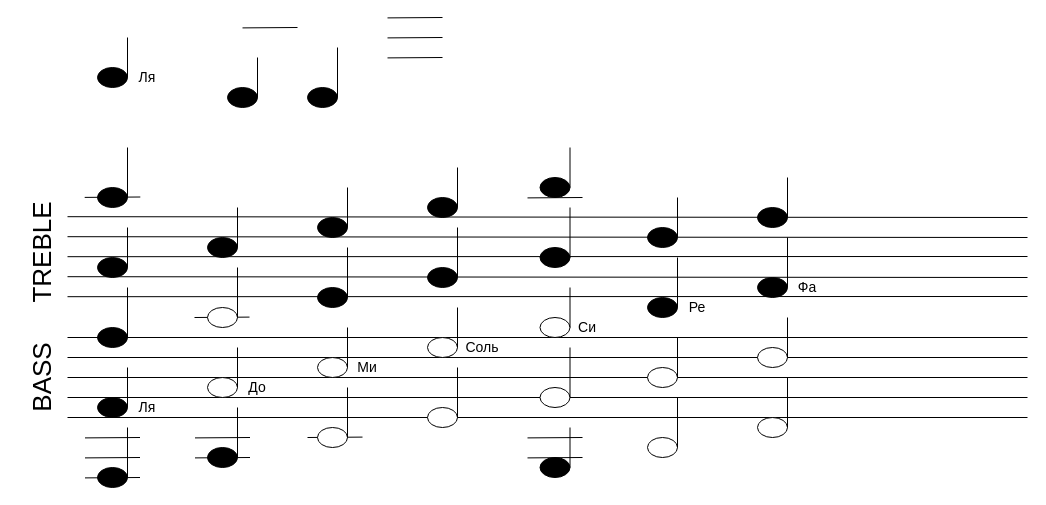
ValentinAmazing/draw keeps this draw.io diagram as test.drawio. Above is the earlier version. Source tidied: cells renumbered, new cells numbered last; positions are measured from the earlier drawing's top-left corner, leaving out a move shared by most shapes. Both pictures are drawn from the tidied source at 100%, with x=0, y=0 at pixel (-3, 17).
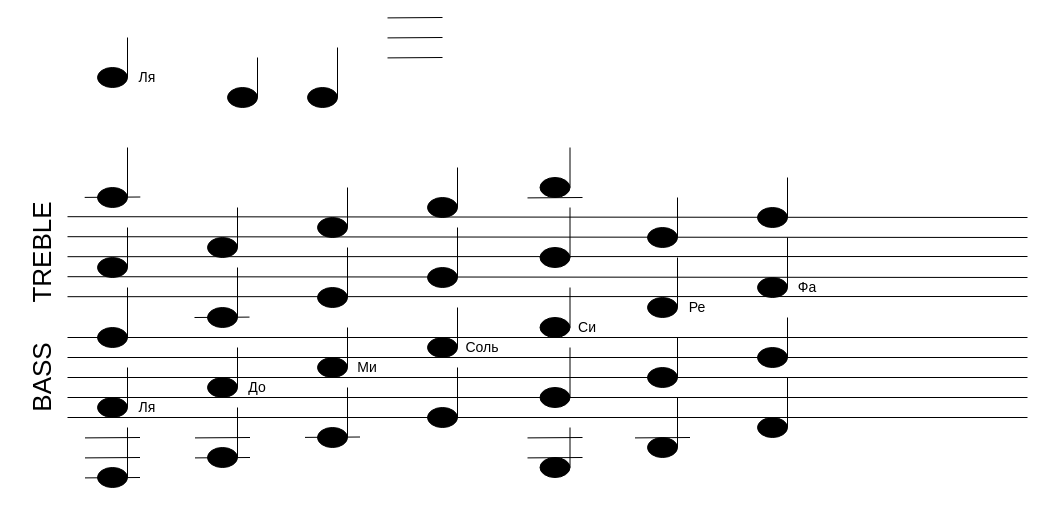
The same page after the edit.

The change refers to these unchanged cells:
```xml
<mxCell id="18" style="group;" parent="17" vertex="1">
  <mxGeometry width="30" height="70" as="geometry" />
</mxCell>
<mxCell id="23" style="group;" parent="22" vertex="1">
  <mxGeometry width="30" height="70" as="geometry" />
</mxCell>
<mxCell id="28" style="group;" parent="27" vertex="1">
  <mxGeometry width="30" height="70" as="geometry" />
</mxCell>
<mxCell id="32" style="group;" parent="31" vertex="1">
  <mxGeometry width="30" height="70" as="geometry" />
</mxCell>
<mxCell id="38" style="group;" parent="37" vertex="1">
  <mxGeometry width="30" height="70" as="geometry" />
</mxCell>
<mxCell id="42" style="group;" parent="41" vertex="1">
  <mxGeometry width="30" height="70" as="geometry" />
</mxCell>
<mxCell id="47" style="group;" parent="46" vertex="1">
  <mxGeometry x="6" width="30" height="70" as="geometry" />
</mxCell>
<mxCell id="51" style="group;" parent="50" vertex="1">
  <mxGeometry x="6" width="30" height="70" as="geometry" />
</mxCell>
<mxCell id="119" style="group;" parent="1" vertex="1">
  <mxGeometry x="650" y="300" width="30" height="70" as="geometry" />
</mxCell>
<mxCell id="122" style="group;" parent="1" vertex="1">
  <mxGeometry x="650" y="370" width="30" height="70" as="geometry" />
</mxCell>
<mxCell id="131" style="group;" parent="1" vertex="1">
  <mxGeometry x="760" y="280" width="30" height="70" as="geometry" />
</mxCell>
<mxCell id="134" style="group;" parent="1" vertex="1">
  <mxGeometry x="760" y="350" width="30" height="70" as="geometry" />
</mxCell>
```

The edit, as a diff of the source:
```diff
@@
-    <mxCell id="20" style="ellipse;whiteSpace=wrap;html=1;" parent="18" vertex="1">
+    <mxCell id="20" style="ellipse;whiteSpace=wrap;html=1;strokeColor=#000000;fillColor=#000000;" parent="18" vertex="1">
       <mxGeometry y="50" width="30" height="20" as="geometry" />
     </mxCell>
@@
-    <mxCell id="24" style="ellipse;whiteSpace=wrap;html=1;" parent="23" vertex="1">
+    <mxCell id="24" style="ellipse;whiteSpace=wrap;html=1;fillColor=#000000;" parent="23" vertex="1">
       <mxGeometry y="50" width="30" height="20" as="geometry" />
     </mxCell>
@@
-    <mxCell id="29" style="ellipse;whiteSpace=wrap;html=1;" parent="28" vertex="1">
+    <mxCell id="29" style="ellipse;whiteSpace=wrap;html=1;fillColor=#000000;" parent="28" vertex="1">
       <mxGeometry y="50" width="30" height="20" as="geometry" />
     </mxCell>
@@
-    <mxCell id="33" style="endArrow=none;html=1;rounded=0;" parent="32" edge="1">
-      <mxGeometry relative="1" as="geometry">
-        <mxPoint x="-10" y="60" as="sourcePoint" />
-        <mxPoint x="45" y="59.6" as="targetPoint" />
-      </mxGeometry>
-    </mxCell>
-    <mxCell id="34" style="ellipse;whiteSpace=wrap;html=1;" parent="32" vertex="1">
+    <mxCell id="34" style="ellipse;whiteSpace=wrap;html=1;fillColor=#000000;" parent="32" vertex="1">
       <mxGeometry y="50" width="30" height="20" as="geometry" />
     </mxCell>
-    <mxCell id="35" style="endArrow=none;html=1;rounded=0;exitX=1;exitY=0.5;exitDx=0;exitDy=0;" parent="32" edge="1" source="34">
+    <mxCell id="35" style="endArrow=none;html=1;rounded=0;" parent="32" edge="1">
       <mxGeometry relative="1" as="geometry">
+        <mxPoint x="30" y="60" as="sourcePoint" />
         <mxPoint x="30" y="10" as="targetPoint" />
       </mxGeometry>
     </mxCell>
+    <mxCell id="145" style="endArrow=none;html=1;rounded=0;" parent="32" edge="1">
+      <mxGeometry relative="1" as="geometry">
+        <mxPoint x="-12.5" y="59.9" as="sourcePoint" />
+        <mxPoint x="42.5" y="59.5" as="targetPoint" />
+      </mxGeometry>
+    </mxCell>
@@
-    <mxCell id="39" style="ellipse;whiteSpace=wrap;html=1;" parent="38" vertex="1">
+    <mxCell id="39" style="ellipse;whiteSpace=wrap;html=1;fillColor=#000000;" parent="38" vertex="1">
       <mxGeometry y="50" width="30" height="20" as="geometry" />
     </mxCell>
@@
-    <mxCell id="43" style="ellipse;whiteSpace=wrap;html=1;" parent="42" vertex="1">
+    <mxCell id="43" style="ellipse;whiteSpace=wrap;html=1;fillColor=#000000;" parent="42" vertex="1">
       <mxGeometry y="50" width="30" height="20" as="geometry" />
     </mxCell>
@@
-    <mxCell id="48" style="ellipse;whiteSpace=wrap;html=1;" parent="47" vertex="1">
+    <mxCell id="48" style="ellipse;whiteSpace=wrap;html=1;fillColor=#000000;" parent="47" vertex="1">
       <mxGeometry y="50" width="30" height="20" as="geometry" />
     </mxCell>
@@
-    <mxCell id="52" style="ellipse;whiteSpace=wrap;html=1;" parent="51" vertex="1">
+    <mxCell id="52" style="ellipse;whiteSpace=wrap;html=1;fillColor=#000000;" parent="51" vertex="1">
       <mxGeometry y="50" width="30" height="20" as="geometry" />
     </mxCell>
@@
-    <mxCell id="77" style="endArrow=none;html=1;rounded=0;" parent="1" edge="1">
-      <mxGeometry relative="1" as="geometry">
-        <mxPoint x="245" y="10.4" as="sourcePoint" />
-        <mxPoint x="300" y="10" as="targetPoint" />
-      </mxGeometry>
-    </mxCell>
@@
-    <mxCell id="120" style="ellipse;whiteSpace=wrap;html=1;" parent="119" vertex="1">
+    <mxCell id="120" style="ellipse;whiteSpace=wrap;html=1;fillColor=#000000;" parent="119" vertex="1">
       <mxGeometry y="50" width="30" height="20" as="geometry" />
     </mxCell>
@@
-    <mxCell id="123" style="ellipse;whiteSpace=wrap;html=1;" parent="122" vertex="1">
+    <mxCell id="123" style="ellipse;whiteSpace=wrap;html=1;fillColor=#000000;" parent="122" vertex="1">
       <mxGeometry y="50" width="30" height="20" as="geometry" />
     </mxCell>
@@
+    <mxCell id="146" style="endArrow=none;html=1;rounded=0;" parent="122" edge="1">
+      <mxGeometry relative="1" as="geometry">
+        <mxPoint x="-12.5" y="50.4" as="sourcePoint" />
+        <mxPoint x="42.5" y="50" as="targetPoint" />
+      </mxGeometry>
+    </mxCell>
@@
-    <mxCell id="132" style="ellipse;whiteSpace=wrap;html=1;" parent="131" vertex="1">
+    <mxCell id="132" style="ellipse;whiteSpace=wrap;html=1;fillColor=#000000;" parent="131" vertex="1">
       <mxGeometry y="50" width="30" height="20" as="geometry" />
     </mxCell>
@@
-    <mxCell id="135" style="ellipse;whiteSpace=wrap;html=1;" parent="134" vertex="1">
+    <mxCell id="135" style="ellipse;whiteSpace=wrap;html=1;fillColor=#000000;" parent="134" vertex="1">
       <mxGeometry y="50" width="30" height="20" as="geometry" />
     </mxCell>
```
